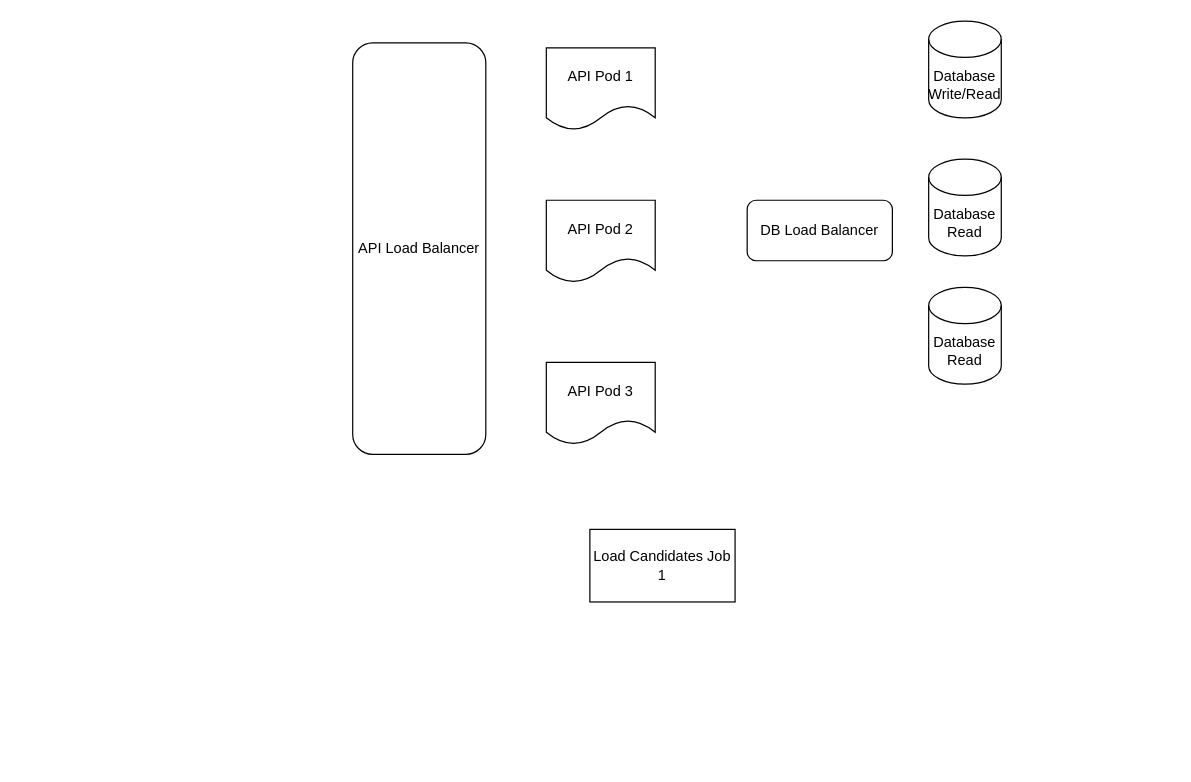
Earlier version of the draw.io diagram System architecture.drawio (choucoder/multi-tenant-ats). Source tidied: cells renumbered, new cells numbered last; positions are measured from the earlier drawing's top-left corner, leaving out a move shared by most shapes. Both pictures are drawn from the tidied source at 121%, with x=0, y=0 at pixel (352, 21).
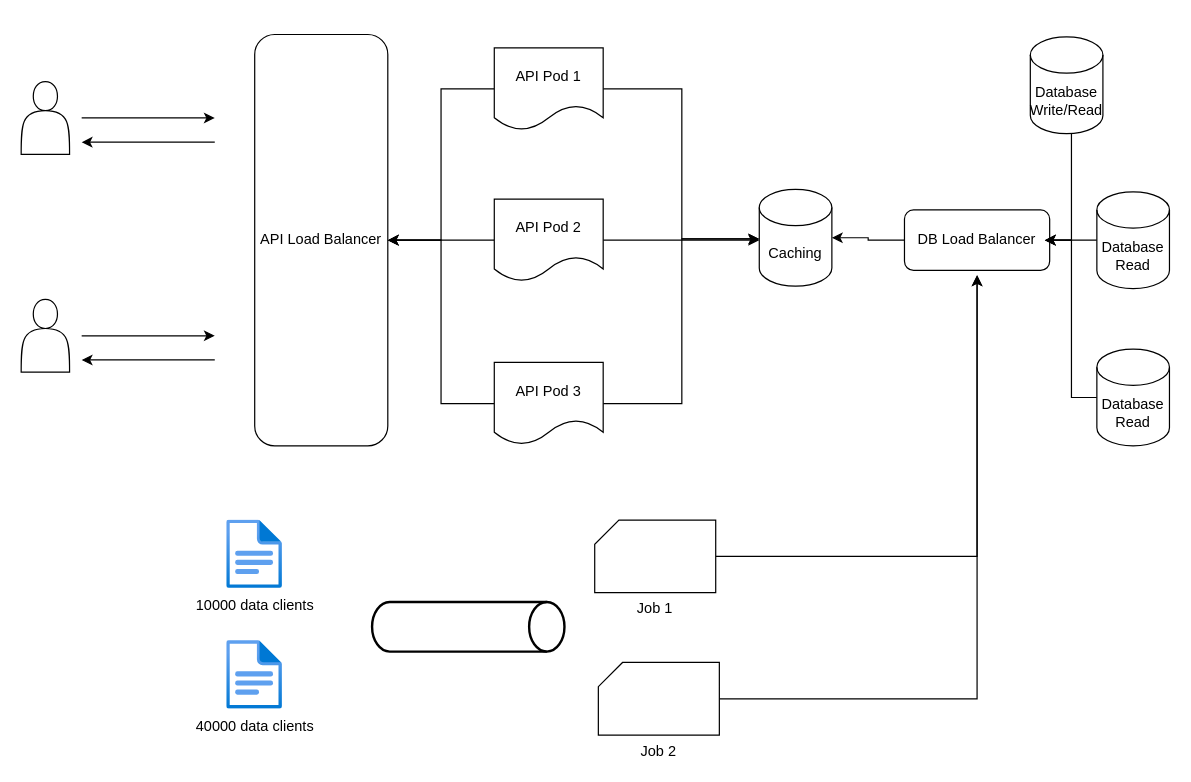
The same page after the edit.

Change to the diagram source:
```diff
@@
-    <mxCell id="2" value="Load Candidates Job 1" style="rounded=0;whiteSpace=wrap;html=1;" parent="1" vertex="1">
-      <mxGeometry x="196" y="420" width="120" height="60" as="geometry" />
-    </mxCell>
+    <mxCell id="11" style="edgeStyle=elbowEdgeStyle;rounded=0;jettySize=auto;html=1;" parent="1" edge="1" source="3" target="30">
+      <mxGeometry relative="1" as="geometry" />
+    </mxCell>
     <mxCell id="3" value="DB Load Balancer" style="rounded=1;whiteSpace=wrap;html=1;" parent="1" vertex="1">
-      <mxGeometry x="326" y="148" width="120" height="50" as="geometry" />
+      <mxGeometry x="456" y="156" width="120" height="50" as="geometry" />
     </mxCell>
     <mxCell id="4" value="API Load Balancer" style="rounded=1;whiteSpace=wrap;html=1;" parent="1" vertex="1">
-      <mxGeometry y="18" width="110" height="340" as="geometry" />
+      <mxGeometry x="-81" y="11" width="110" height="340" as="geometry" />
     </mxCell>
+    <mxCell id="12" style="edgeStyle=elbowEdgeStyle;rounded=0;jettySize=auto;html=1;" parent="1" edge="1" source="5" target="4">
+      <mxGeometry relative="1" as="geometry" />
+    </mxCell>
+    <mxCell id="13" style="edgeStyle=elbowEdgeStyle;rounded=0;jettySize=auto;html=1;" parent="1" edge="1" source="5">
+      <mxGeometry relative="1" as="geometry">
+        <mxPoint x="336" y="180" as="targetPoint" />
+      </mxGeometry>
+    </mxCell>
     <mxCell id="5" value="API Pod 1" style="shape=document;whiteSpace=wrap;html=1;boundedLbl=1;" parent="1" vertex="1">
-      <mxGeometry x="160" y="22" width="90" height="68" as="geometry" />
+      <mxGeometry x="117" y="22" width="90" height="68" as="geometry" />
     </mxCell>
+    <mxCell id="14" style="edgeStyle=elbowEdgeStyle;rounded=0;jettySize=auto;html=1;" parent="1" edge="1" source="6" target="4">
+      <mxGeometry relative="1" as="geometry" />
+    </mxCell>
+    <mxCell id="15" style="edgeStyle=elbowEdgeStyle;rounded=0;jettySize=auto;html=1;" parent="1" edge="1" source="6">
+      <mxGeometry relative="1" as="geometry">
+        <mxPoint x="336" y="181" as="targetPoint" />
+      </mxGeometry>
+    </mxCell>
     <mxCell id="6" value="API Pod 2" style="shape=document;whiteSpace=wrap;html=1;boundedLbl=1;" parent="1" vertex="1">
-      <mxGeometry x="160" y="148" width="90" height="68" as="geometry" />
+      <mxGeometry x="117" y="147" width="90" height="68" as="geometry" />
     </mxCell>
+    <mxCell id="16" style="edgeStyle=elbowEdgeStyle;rounded=0;jettySize=auto;html=1;entryX=1;entryY=0.5;entryDx=0;entryDy=0;" parent="1" edge="1" source="7" target="4">
+      <mxGeometry relative="1" as="geometry" />
+    </mxCell>
+    <mxCell id="17" style="edgeStyle=elbowEdgeStyle;rounded=0;jettySize=auto;html=1;" parent="1" edge="1" source="7">
+      <mxGeometry relative="1" as="geometry">
+        <mxPoint x="336" y="180" as="targetPoint" />
+      </mxGeometry>
+    </mxCell>
     <mxCell id="7" value="API Pod 3" style="shape=document;whiteSpace=wrap;html=1;boundedLbl=1;" parent="1" vertex="1">
-      <mxGeometry x="160" y="282" width="90" height="68" as="geometry" />
+      <mxGeometry x="117" y="282" width="90" height="68" as="geometry" />
     </mxCell>
+    <mxCell id="18" style="edgeStyle=elbowEdgeStyle;rounded=0;orthogonalLoop=1;jettySize=auto;html=1;entryX=1;entryY=0.5;entryDx=0;entryDy=0;" parent="1" edge="1">
+      <mxGeometry relative="1" as="geometry">
+        <mxPoint x="615" y="59" as="sourcePoint" />
+        <mxPoint x="572" y="181" as="targetPoint" />
+      </mxGeometry>
+    </mxCell>
     <mxCell id="8" value="Database&lt;br&gt;Write/Read" style="shape=cylinder3;whiteSpace=wrap;html=1;boundedLbl=1;backgroundOutline=1;size=15;" parent="1" vertex="1">
-      <mxGeometry x="476" width="60" height="80" as="geometry" />
+      <mxGeometry x="560" y="13" width="60" height="80" as="geometry" />
     </mxCell>
+    <mxCell id="19" style="edgeStyle=elbowEdgeStyle;rounded=0;jettySize=auto;html=1;entryX=1;entryY=0.5;entryDx=0;entryDy=0;" parent="1" edge="1" source="9">
+      <mxGeometry relative="1" as="geometry">
+        <mxPoint x="572" y="181" as="targetPoint" />
+      </mxGeometry>
+    </mxCell>
     <mxCell id="9" value="Database&lt;br&gt;Read" style="shape=cylinder3;whiteSpace=wrap;html=1;boundedLbl=1;backgroundOutline=1;size=15;" parent="1" vertex="1">
-      <mxGeometry x="476" y="114" width="60" height="80" as="geometry" />
+      <mxGeometry x="615" y="141" width="60" height="80" as="geometry" />
     </mxCell>
+    <mxCell id="20" style="edgeStyle=elbowEdgeStyle;rounded=0;jettySize=auto;html=1;entryX=1;entryY=0.5;entryDx=0;entryDy=0;" parent="1" edge="1" source="10">
+      <mxGeometry relative="1" as="geometry">
+        <mxPoint x="572" y="181" as="targetPoint" />
+      </mxGeometry>
+    </mxCell>
     <mxCell id="10" value="Database&lt;br&gt;Read" style="shape=cylinder3;whiteSpace=wrap;html=1;boundedLbl=1;backgroundOutline=1;size=15;" parent="1" vertex="1">
-      <mxGeometry x="476" y="220" width="60" height="80" as="geometry" />
+      <mxGeometry x="615" y="271" width="60" height="80" as="geometry" />
     </mxCell>
+    <mxCell id="21" value="10000 data clients" style="html=1;align=center;image;fontSize=12;image=img/lib/azure2/general/File.svg;" parent="1" vertex="1">
+      <mxGeometry x="-104" y="412.3" width="46" height="56.7" as="geometry" />
+    </mxCell>
+    <mxCell id="22" value="40000 data clients" style="html=1;align=center;image;fontSize=12;image=img/lib/azure2/general/File.svg;" parent="1" vertex="1">
+      <mxGeometry x="-104" y="512" width="46" height="56.7" as="geometry" />
+    </mxCell>
+    <mxCell id="23" style="edgeStyle=elbowEdgeStyle;rounded=0;jettySize=auto;html=1;" parent="1" edge="1" source="24">
+      <mxGeometry relative="1" as="geometry">
+        <mxPoint x="516" y="210" as="targetPoint" />
+        <Array as="points">
+          <mxPoint x="516" y="330" />
+        </Array>
+      </mxGeometry>
+    </mxCell>
+    <mxCell id="24" value="Job 1" style="verticalLabelPosition=bottom;verticalAlign=top;html=1;shape=card;whiteSpace=wrap;size=20;arcSize=12;" parent="1" vertex="1">
+      <mxGeometry x="200" y="412.3" width="100" height="60" as="geometry" />
+    </mxCell>
+    <mxCell id="25" style="edgeStyle=elbowEdgeStyle;rounded=0;jettySize=auto;html=1;" parent="1" edge="1" source="26">
+      <mxGeometry relative="1" as="geometry">
+        <mxPoint x="516" y="210" as="targetPoint" />
+        <Array as="points">
+          <mxPoint x="516" y="380" />
+        </Array>
+      </mxGeometry>
+    </mxCell>
+    <mxCell id="26" value="Job 2" style="verticalLabelPosition=bottom;verticalAlign=top;html=1;shape=card;whiteSpace=wrap;size=20;arcSize=12;" parent="1" vertex="1">
+      <mxGeometry x="203" y="530" width="100" height="60" as="geometry" />
+    </mxCell>
+    <mxCell id="27" style="strokeWidth=2;html=1;shape=mxgraph.flowchart.direct_data;whiteSpace=wrap;" parent="1" vertex="1">
+      <mxGeometry x="16" y="480" width="159" height="41" as="geometry" />
+    </mxCell>
+    <mxCell id="28" style="edgeStyle=elbowEdgeStyle;rounded=0;orthogonalLoop=1;jettySize=auto;html=1;" parent="1" edge="1">
+      <mxGeometry relative="1" as="geometry">
+        <mxPoint x="-224" y="80" as="sourcePoint" />
+        <mxPoint x="-114" y="80" as="targetPoint" />
+      </mxGeometry>
+    </mxCell>
+    <mxCell id="29" style="shape=actor;whiteSpace=wrap;html=1;" parent="1" vertex="1">
+      <mxGeometry x="-274" y="50" width="40" height="60" as="geometry" />
+    </mxCell>
+    <mxCell id="30" value="Caching" style="shape=cylinder3;whiteSpace=wrap;html=1;boundedLbl=1;backgroundOutline=1;size=15;" parent="1" vertex="1">
+      <mxGeometry x="336" y="139" width="60" height="80" as="geometry" />
+    </mxCell>
+    <mxCell id="31" style="edgeStyle=elbowEdgeStyle;rounded=0;orthogonalLoop=1;jettySize=auto;html=1;" parent="1" edge="1">
+      <mxGeometry relative="1" as="geometry">
+        <mxPoint x="-114" y="100" as="sourcePoint" />
+        <mxPoint x="-224" y="100" as="targetPoint" />
+      </mxGeometry>
+    </mxCell>
+    <mxCell id="32" style="edgeStyle=elbowEdgeStyle;rounded=0;orthogonalLoop=1;jettySize=auto;html=1;" parent="1" edge="1">
+      <mxGeometry relative="1" as="geometry">
+        <mxPoint x="-224" y="260" as="sourcePoint" />
+        <mxPoint x="-114" y="260" as="targetPoint" />
+      </mxGeometry>
+    </mxCell>
+    <mxCell id="33" style="shape=actor;whiteSpace=wrap;html=1;" parent="1" vertex="1">
+      <mxGeometry x="-274" y="230" width="40" height="60" as="geometry" />
+    </mxCell>
+    <mxCell id="34" style="edgeStyle=elbowEdgeStyle;rounded=0;orthogonalLoop=1;jettySize=auto;html=1;" parent="1" edge="1">
+      <mxGeometry relative="1" as="geometry">
+        <mxPoint x="-114" y="280" as="sourcePoint" />
+        <mxPoint x="-224" y="280" as="targetPoint" />
+      </mxGeometry>
+    </mxCell>
```
